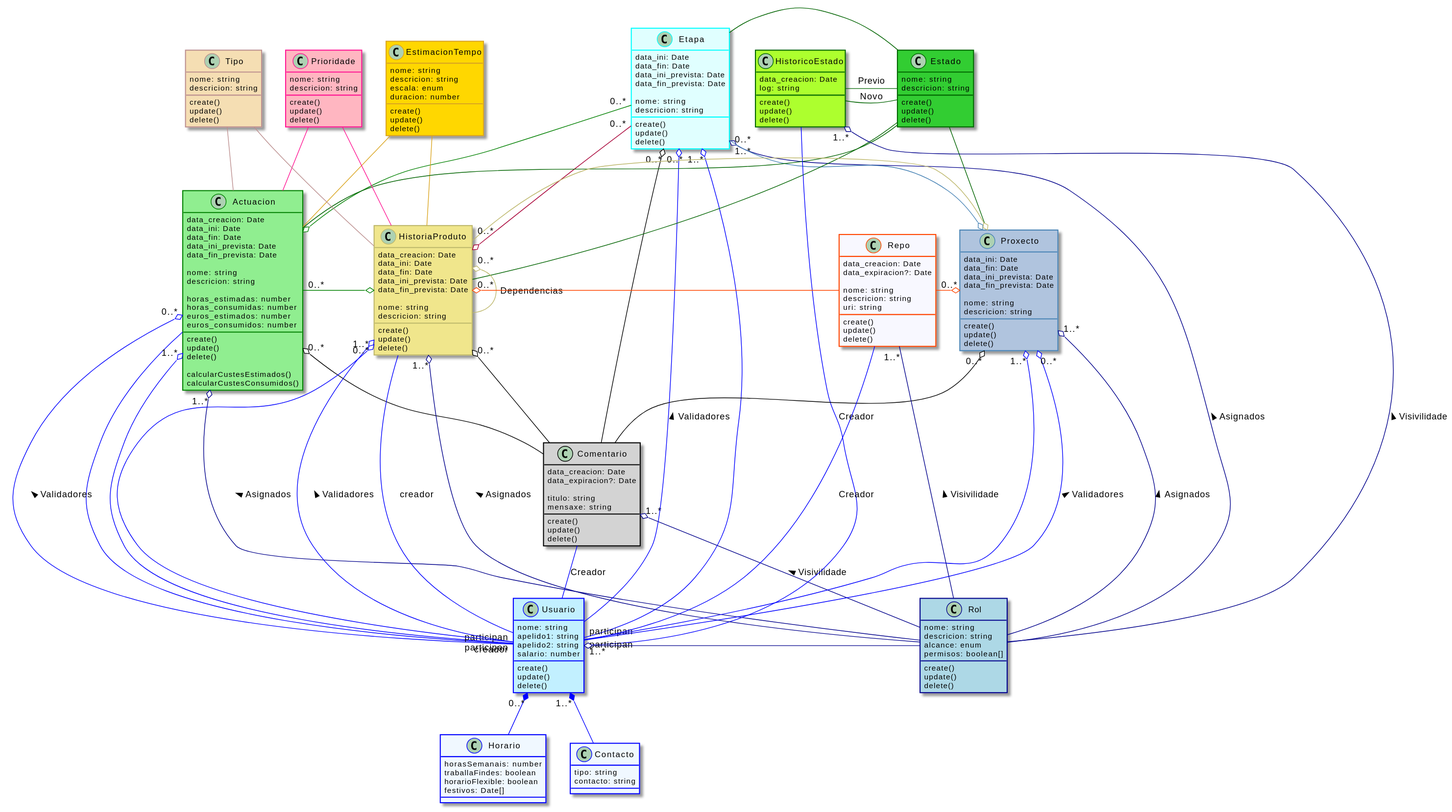
efja/proxectOSDAW keeps this PlantUML diagram as doc/diagramas/uml/svg/clases/00_main.svg. Above is the earlier version.
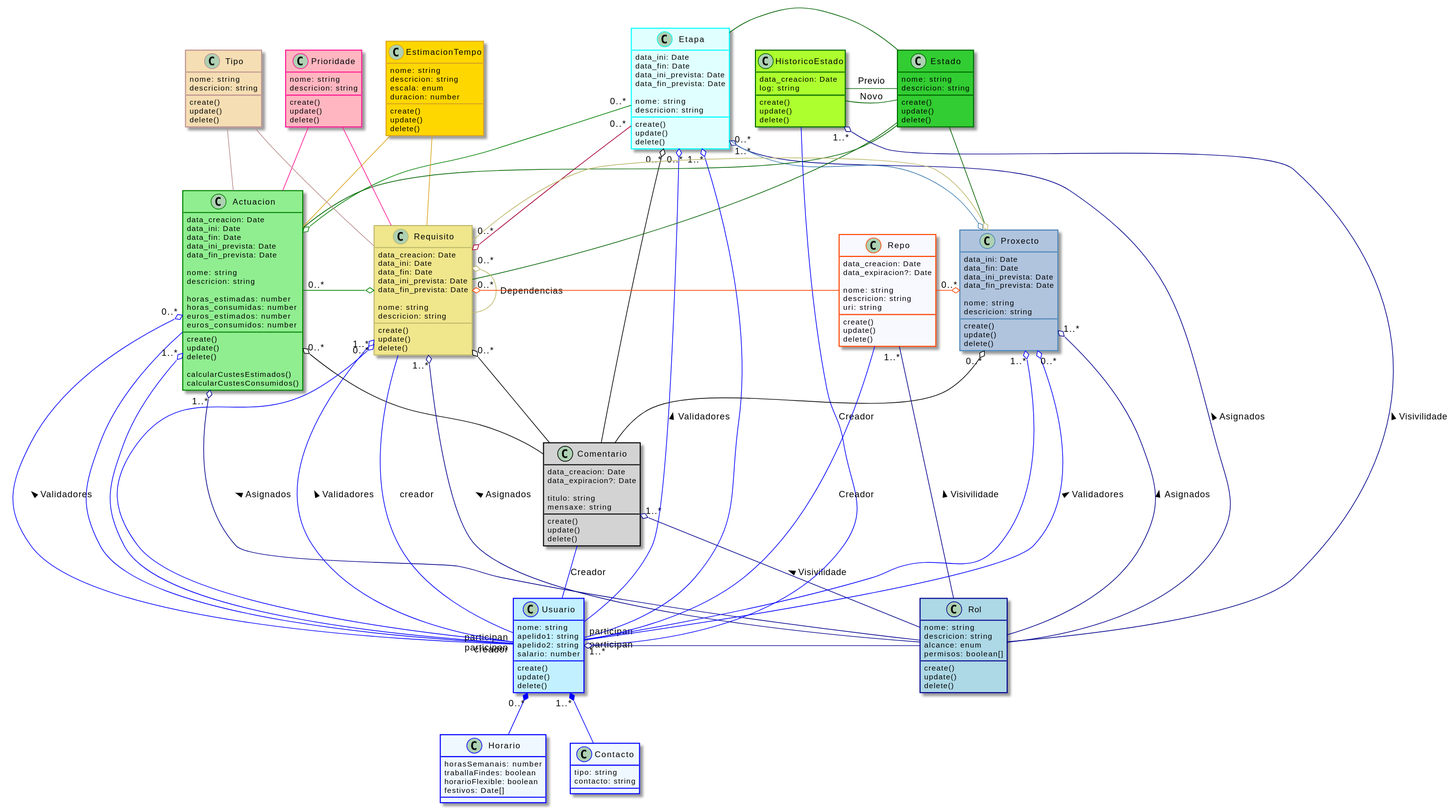
Later version of the same file.

Commit message:
Cambio nome HistoriaProduto por Requisito

Diff of the diagram source:
```diff
@@ -1,4 +1,4 @@
-@startuml Usuario
+@startuml 00_main
 
 
 class Actuacion  #LightGreen ##Green {
@@ -84,22 +84,6 @@
 }
 
 
-class HistoriaProduto #Khaki ##DarkKhaki {
-    {field} data_creacion: Date
-    {field} data_ini: Date
-    {field} data_fin: Date
-    {field} data_ini_prevista: Date
-    {field} data_fin_prevista: Date
-
-    {field} nome: string
-    {field} descricion: string
-
-    {method} create()
-    {method} update()
-    {method} delete()
-}
-
-
 class Prioridade #LightPink ##DeepPink {
     {field} nome: string
     {field} descricion: string
@@ -132,6 +116,22 @@
     {field} nome: string
     {field} descricion: string
     {field} uri: string
+
+    {method} create()
+    {method} update()
+    {method} delete()
+}
+
+
+class Requisito #Khaki ##DarkKhaki {
+    {field} data_creacion: Date
+    {field} data_ini: Date
+    {field} data_fin: Date
+    {field} data_ini_prevista: Date
+    {field} data_fin_prevista: Date
+
+    {field} nome: string
+    {field} descricion: string
 
     {method} create()
     {method} update()
@@ -191,7 +191,7 @@
 Actuacion "0..*" o-- Usuario  #Blue: Validadores <
 Actuacion "1..*" o-- Rol #DarkBlue : Asignados <
 Actuacion "0..*" o-- Comentario #Black
-Actuacion "0..*" -o HistoriaProduto #Green
+Actuacion "0..*" -o Requisito #Green
 
 Comentario -- Usuario #Blue : Creador
 Comentario "1..*" o-- Rol #DarkBlue : Visivilidade <
@@ -205,30 +205,30 @@
 
 Etapa "0..*" --o Proxecto #SteelBlue
 Etapa "0..*" --o Actuacion #Green
-Etapa "0..*" --o HistoriaProduto
+Etapa "0..*" --o Requisito
 
-EstimacionTempo -- HistoriaProduto #GoldenRod
+EstimacionTempo -- Requisito #GoldenRod
 EstimacionTempo -- Actuacion #GoldenRod
 
 Estado -- Actuacion #DarkGreen
 Estado -- Proxecto #DarkGreen
-Estado -- HistoriaProduto #DarkGreen
+Estado -- Requisito #DarkGreen
 
 HistoricoEstado -- Usuario #Blue : Creador
 HistoricoEstado "1..*" o-- Rol #DarkBlue : Visivilidade <
 HistoricoEstado - Estado #DarkGreen : Previo
 HistoricoEstado - Estado #DarkGreen : Novo
 
-HistoriaProduto "0..*" o-- HistoriaProduto #DarkKhaki : Dependencias
-HistoriaProduto -- Usuario #Blue : creador
-HistoriaProduto "1..*" o-- "participan" Usuario #Blue
-HistoriaProduto "0..*" o-- Usuario #Blue : Validadores <
-HistoriaProduto "1..*" o-- Rol #DarkBlue : Asignados <
-HistoriaProduto "0..*" o-- Comentario #Black
-HistoriaProduto "0..*" -o Proxecto #DarkKhaki
+Requisito "0..*" o-- Requisito #DarkKhaki : Dependencias
+Requisito -- Usuario #Blue : creador
+Requisito "1..*" o-- "participan" Usuario #Blue
+Requisito "0..*" o-- Usuario #Blue : Validadores <
+Requisito "1..*" o-- Rol #DarkBlue : Asignados <
+Requisito "0..*" o-- Comentario #Black
+Requisito "0..*" -o Proxecto #DarkKhaki
 
 Prioridade -- Actuacion #DeepPink
-Prioridade -- HistoriaProduto #DeepPink
+Prioridade -- Requisito #DeepPink
 
 
 Proxecto "1..*" o-- "participan" Usuario #Blue
@@ -237,12 +237,12 @@
 Proxecto "0..*" o-- Comentario #Black
 
 Repo -o "0..*" Proxecto #OrangeRed
-Repo -o "0..*" HistoriaProduto #OrangeRed
+Repo -o "0..*" Requisito #OrangeRed
 Repo --- Usuario #Blue : Creador
 Repo "1..*" --- Rol #DarkBlue : Visivilidade <
 
 
-Tipo -- HistoriaProduto #RosyBrown
+Tipo -- Requisito #RosyBrown
 Tipo -- Actuacion #RosyBrown
 
 Usuario "1..*" o- Rol #DarkBlue
```
